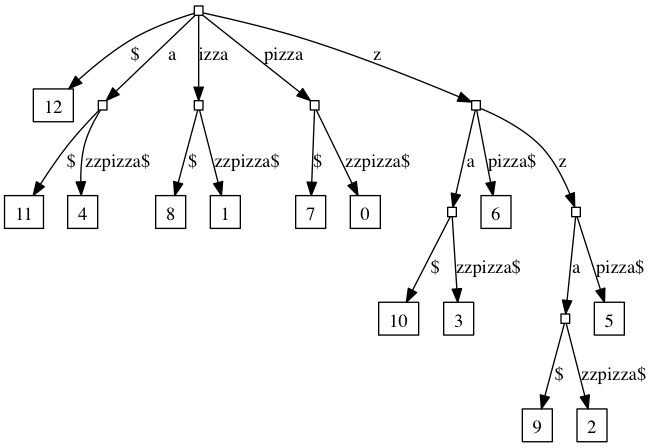
Earlier version of the Graphviz export graph.png (bgwines/suffix-tree). Its source is kept beside it as graph.dot.
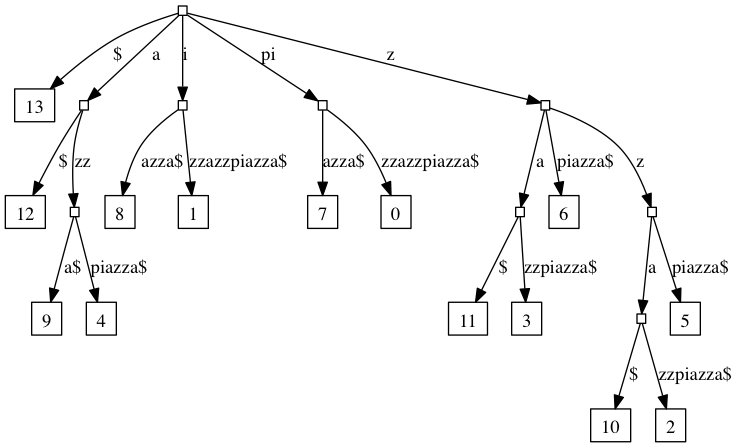
Later version of the same file.

Change to the diagram source:
```diff
@@ -5,44 +5,48 @@
          ,width=0.1
          ,height=0.1];
     0 [label=""];
-    1 [label=12];
+    1 [label=13];
     2 [label=""];
-    3 [label=11];
-    4 [label=4];
-    5 [label=""];
-    6 [label=8];
-    7 [label=1];
-    8 [label=""];
-    9 [label=7];
-    10 [label=0];
-    11 [label=""];
-    12 [label=""];
-    13 [label=10];
-    14 [label=3];
-    15 [label=6];
-    16 [label=""];
-    17 [label=""];
-    18 [label=9];
-    19 [label=2];
-    20 [label=5];
-    0 -> 11 [label=z];
-    0 -> 8 [label=pizza];
-    0 -> 5 [label=izza];
+    3 [label=12];
+    4 [label=""];
+    5 [label=9];
+    6 [label=4];
+    7 [label=""];
+    8 [label=8];
+    9 [label=1];
+    10 [label=""];
+    11 [label=7];
+    12 [label=0];
+    13 [label=""];
+    14 [label=""];
+    15 [label=11];
+    16 [label=3];
+    17 [label=6];
+    18 [label=""];
+    19 [label=""];
+    20 [label=10];
+    21 [label=2];
+    22 [label=5];
+    0 -> 13 [label=z];
+    0 -> 10 [label=pi];
+    0 -> 7 [label=i];
     0 -> 2 [label=a];
     0 -> 1 [label="$"];
-    2 -> 4 [label="zzpizza$"];
+    2 -> 4 [label=zz];
     2 -> 3 [label="$"];
-    5 -> 7 [label="zzpizza$"];
-    5 -> 6 [label="$"];
-    8 -> 10 [label="zzpizza$"];
-    8 -> 9 [label="$"];
-    11 -> 16 [label=z];
-    11 -> 12 [label=a];
-    11 -> 15 [label="pizza$"];
-    12 -> 14 [label="zzpizza$"];
-    12 -> 13 [label="$"];
-    16 -> 17 [label=a];
-    16 -> 20 [label="pizza$"];
-    17 -> 19 [label="zzpizza$"];
-    17 -> 18 [label="$"];
+    4 -> 6 [label="piazza$"];
+    4 -> 5 [label="a$"];
+    7 -> 9 [label="zzazzpiazza$"];
+    7 -> 8 [label="azza$"];
+    10 -> 12 [label="zzazzpiazza$"];
+    10 -> 11 [label="azza$"];
+    13 -> 18 [label=z];
+    13 -> 14 [label=a];
+    13 -> 17 [label="piazza$"];
+    14 -> 16 [label="zzpiazza$"];
+    14 -> 15 [label="$"];
+    18 -> 19 [label=a];
+    18 -> 22 [label="piazza$"];
+    19 -> 21 [label="zzpiazza$"];
+    19 -> 20 [label="$"];
 }
```
